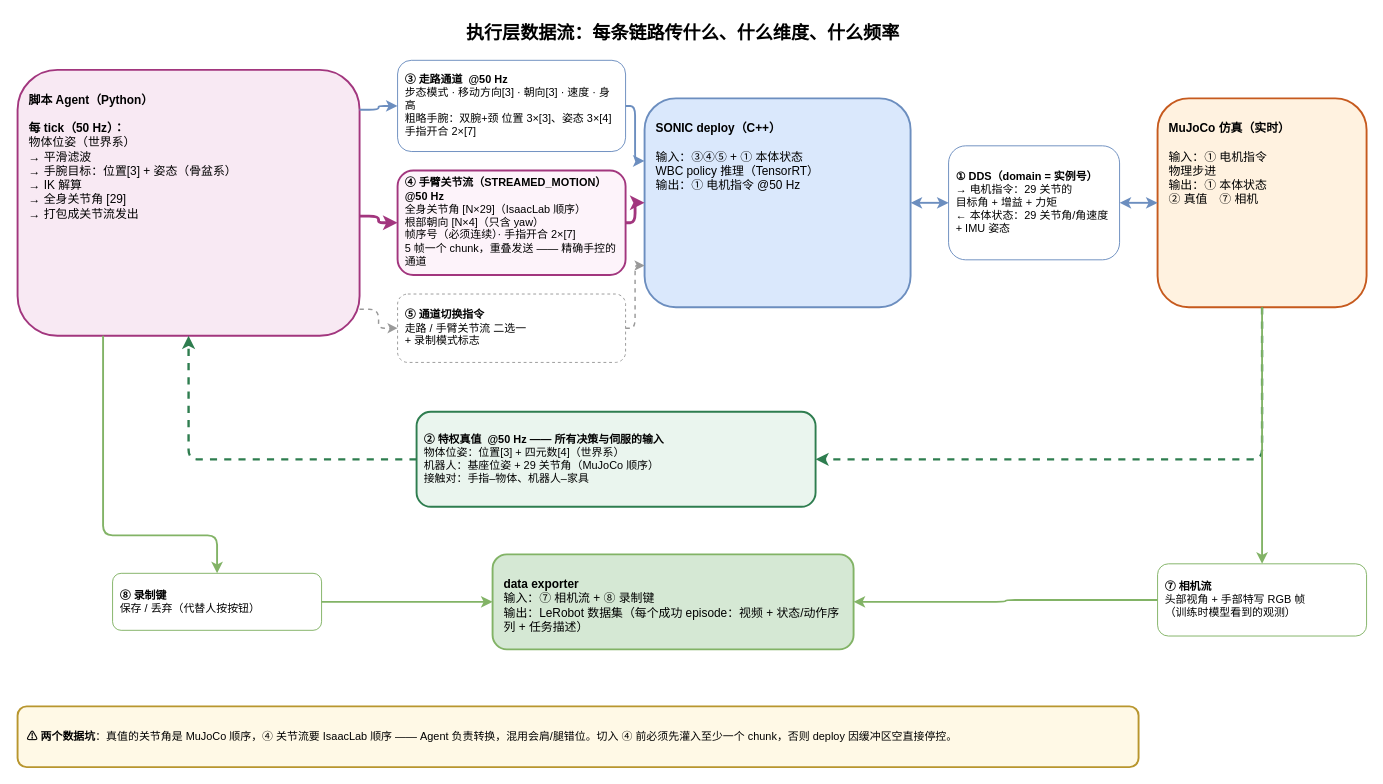
yijie21/locomanipulation keeps this draw.io diagram as page "dataflow-detail" (2 of 2) of teleop_free/docs/architecture.drawio. Above is the earlier version. Source tidied: cells renumbered, new cells numbered last; positions are measured from the earlier drawing's top-left corner, leaving out a move shared by most shapes. Both pictures are drawn from the tidied source at 95%, with x=0, y=0 at pixel (17, 16).
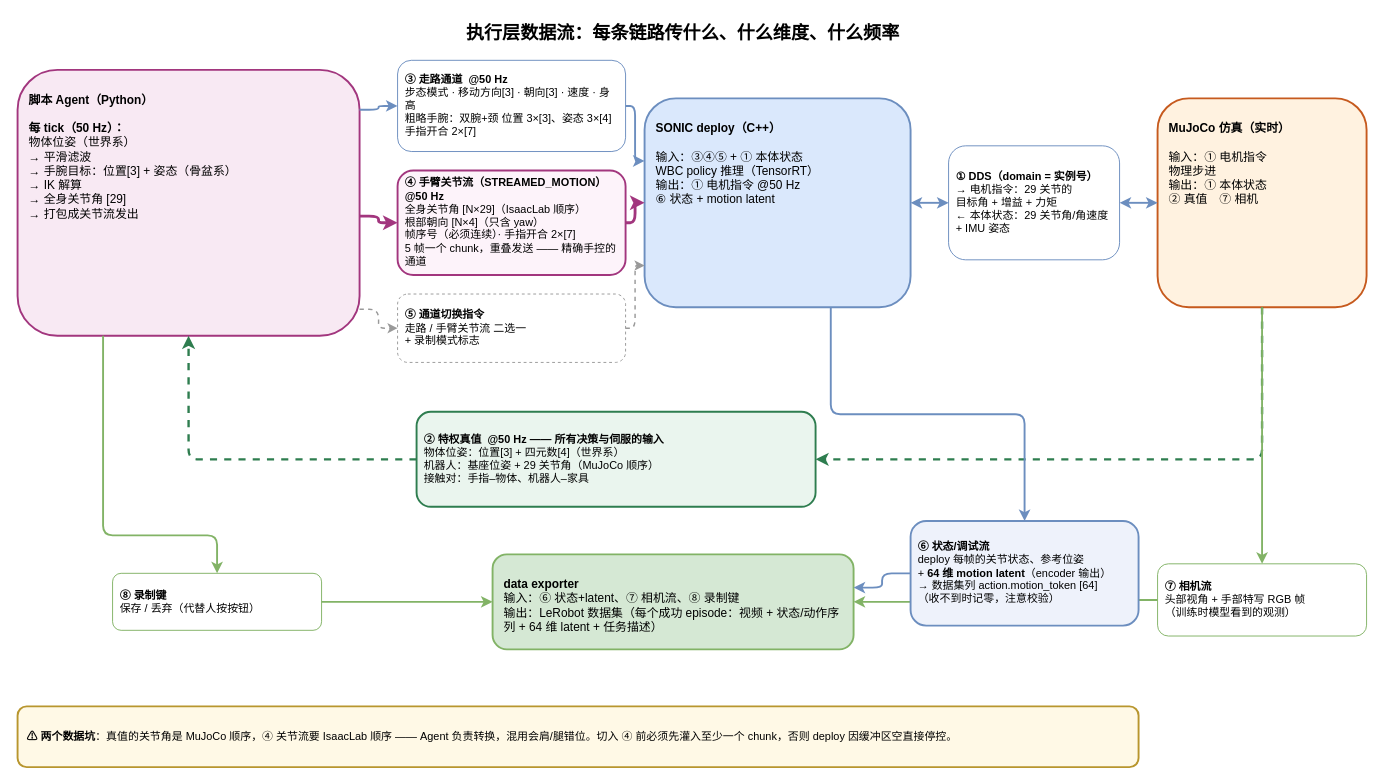
After the change.

Commit message:
docs: dataflow — add g1_debug link (:5557): joint state + 64-dim motion latent to exporter

Diff of the diagram source:
```diff
@@
-    <mxCell id="4" value="&lt;b&gt;SONIC deploy（C++）&lt;/b&gt;&lt;br&gt;&lt;br&gt;输入：③④⑤ + ① 本体状态&lt;br&gt;WBC policy 推理（TensorRT）&lt;br&gt;输出：① 电机指令 @50 Hz" style="rounded=1;html=1;whiteSpace=wrap;fillColor=#dae8fc;strokeColor=#6c8ebf;strokeWidth=2;fontSize=12.5;align=left;spacing=12;verticalAlign=top;spacingTop=8;" parent="1" vertex="1">
+    <mxCell id="4" value="&lt;b&gt;SONIC deploy（C++）&lt;/b&gt;&lt;br&gt;&lt;br&gt;输入：③④⑤ + ① 本体状态&lt;br&gt;WBC policy 推理（TensorRT）&lt;br&gt;输出：① 电机指令 @50 Hz&lt;br&gt;⑥ 状态 + motion latent" style="rounded=1;html=1;whiteSpace=wrap;fillColor=#dae8fc;strokeColor=#6c8ebf;strokeWidth=2;fontSize=12.5;align=left;spacing=12;verticalAlign=top;spacingTop=8;" parent="1" vertex="1">
       <mxGeometry x="660" y="86" width="280" height="220" as="geometry" />
     </mxCell>
@@
-    <mxCell id="13" value="&lt;b&gt;data exporter&lt;/b&gt;&lt;br&gt;输入：⑦ 相机流 + ⑧ 录制键&lt;br&gt;输出：LeRobot 数据集（每个成功 episode：视频 + 状态/动作序列 + 任务描述）" style="rounded=1;html=1;whiteSpace=wrap;fillColor=#d5e8d4;strokeColor=#82b366;strokeWidth=2;fontSize=12.5;align=left;spacing=12;verticalAlign=top;spacingTop=8;" parent="1" vertex="1">
+    <mxCell id="13" value="&lt;b&gt;data exporter&lt;/b&gt;&lt;br&gt;输入：⑥ 状态+latent、⑦ 相机流、⑧ 录制键&lt;br&gt;输出：LeRobot 数据集（每个成功 episode：视频 + 状态/动作序列 + 64 维 latent + 任务描述）" style="rounded=1;html=1;whiteSpace=wrap;fillColor=#d5e8d4;strokeColor=#82b366;strokeWidth=2;fontSize=12.5;align=left;spacing=12;verticalAlign=top;spacingTop=8;" parent="1" vertex="1">
       <mxGeometry x="500" y="566" width="380" height="100" as="geometry" />
     </mxCell>
@@
+    <mxCell id="29" value="&lt;b&gt;⑥ 状态/调试流&lt;/b&gt;&lt;br&gt;deploy 每帧的关节状态、参考位姿&lt;br&gt;+ &lt;b&gt;64 维 motion latent&lt;/b&gt;（encoder 输出）&lt;br&gt;→ 数据集列 action.motion_token [64]&lt;br&gt;（收不到时记零，注意校验）" style="rounded=1;html=1;whiteSpace=wrap;fillColor=#eef2fb;strokeColor=#6c8ebf;strokeWidth=2;fontSize=11.5;align=left;spacing=8;" parent="1" vertex="1">
+      <mxGeometry x="940" y="531" width="240" height="110" as="geometry" />
+    </mxCell>
+    <mxCell id="30" style="edgeStyle=orthogonalEdgeStyle;html=1;strokeColor=#6c8ebf;strokeWidth=2;exitX=0.7;exitY=1;entryX=0.5;entryY=0;" parent="1" edge="1" source="4" target="29">
+      <mxGeometry relative="1" as="geometry" />
+    </mxCell>
+    <mxCell id="31" style="edgeStyle=orthogonalEdgeStyle;html=1;strokeColor=#6c8ebf;strokeWidth=2;exitX=0;exitY=0.5;entryX=1;entryY=0.35;" parent="1" edge="1" source="29" target="13">
+      <mxGeometry relative="1" as="geometry" />
+    </mxCell>
```
